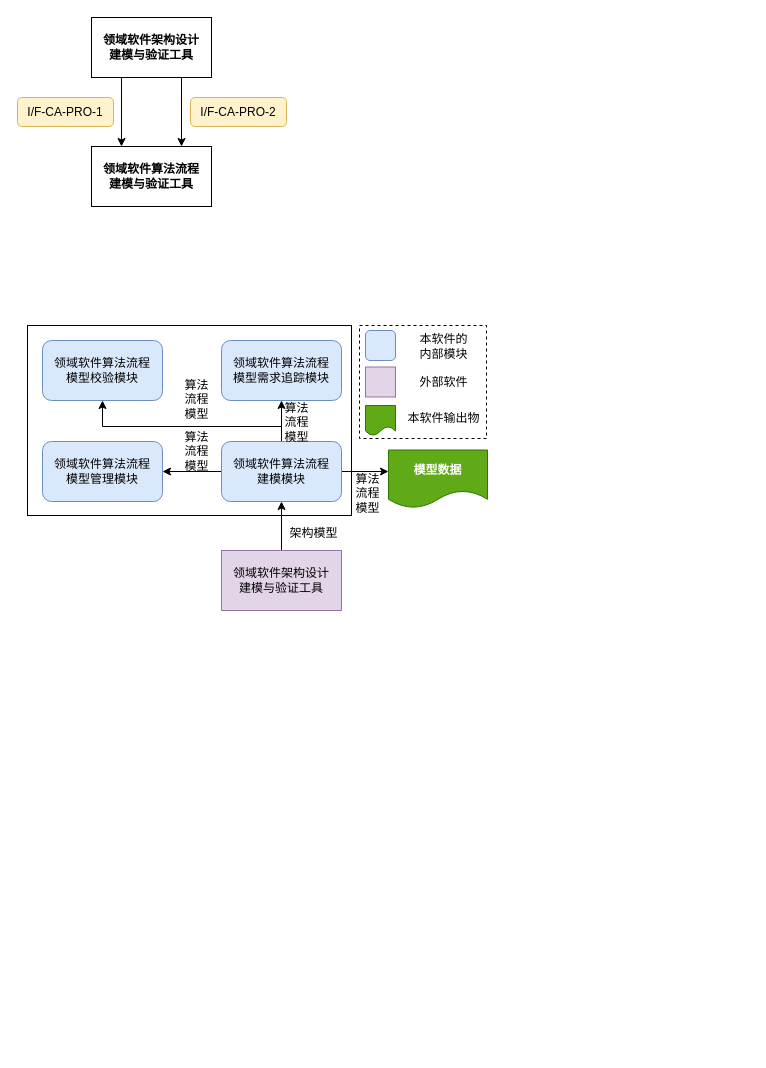
This is page "进程需求" (3 of 3) of Usage Instructions/安全攸关模版.drawio from Ayuan66/ArchTacRV-Software-Architectural-Tactics-Detector-and-Verifier, a draw.io file, before an edit. Source tidied: cells renumbered, new cells numbered last; positions are measured from the earlier drawing's top-left corner, leaving out a move shared by most shapes. Both pictures are drawn from the tidied source at 100%, with x=0, y=0 at pixel (17, 17).
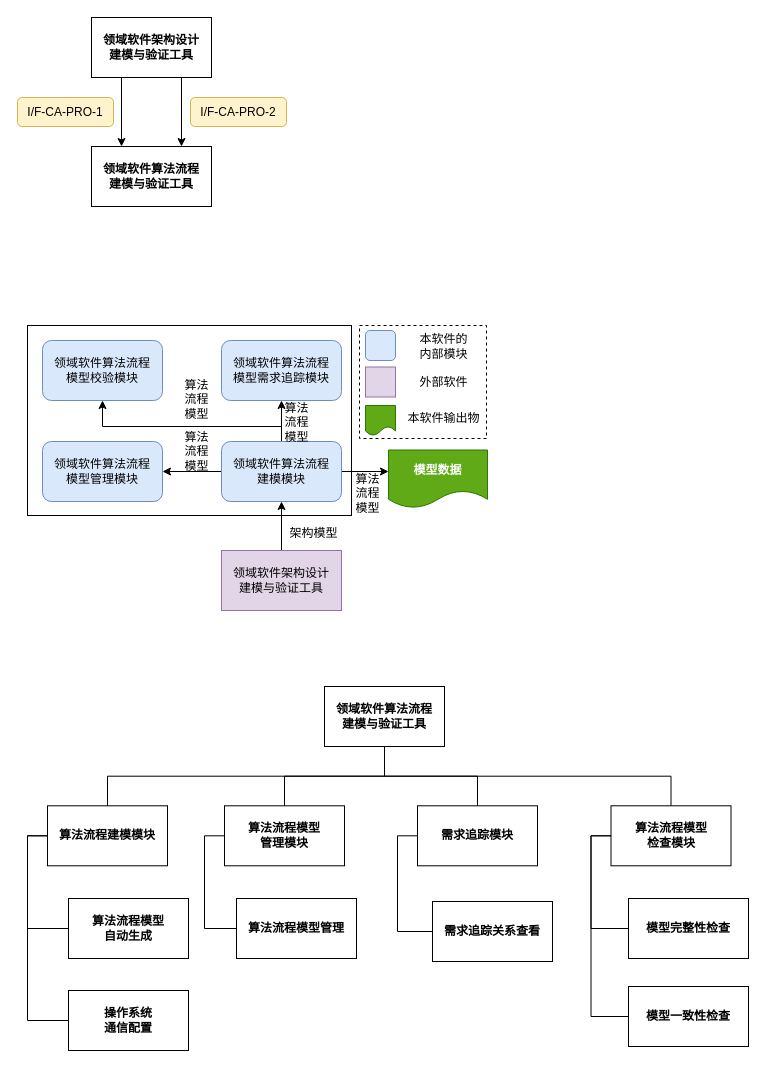
After the change.

Commit message:
添加进程的功能分解图

The edit, as a diff of the source:
```diff
@@
+    <mxCell id="32" style="rounded=0;jettySize=auto;html=1;exitX=0.5;exitY=1;exitDx=0;exitDy=0;edgeStyle=orthogonalEdgeStyle;endArrow=none;endFill=0;" parent="1" edge="1" source="36" target="41">
+      <mxGeometry relative="1" as="geometry" />
+    </mxCell>
+    <mxCell id="33" style="edgeStyle=orthogonalEdgeStyle;rounded=0;jettySize=auto;html=1;exitX=0.5;exitY=1;exitDx=0;exitDy=0;endArrow=none;endFill=0;" parent="1" edge="1" source="36" target="39">
+      <mxGeometry relative="1" as="geometry" />
+    </mxCell>
+    <mxCell id="34" style="edgeStyle=orthogonalEdgeStyle;rounded=0;jettySize=auto;html=1;exitX=0.5;exitY=1;exitDx=0;exitDy=0;entryX=0.5;entryY=0;entryDx=0;entryDy=0;endArrow=none;endFill=0;" parent="1" edge="1" source="36" target="43">
+      <mxGeometry relative="1" as="geometry" />
+    </mxCell>
+    <mxCell id="35" style="edgeStyle=orthogonalEdgeStyle;rounded=0;jettySize=auto;html=1;exitX=0.5;exitY=1;exitDx=0;exitDy=0;endArrow=none;endFill=0;" parent="1" edge="1" source="36" target="46">
+      <mxGeometry relative="1" as="geometry" />
+    </mxCell>
+    <mxCell id="36" value="&lt;b&gt;领域软件算法流程&lt;br&gt;建模与验证工具&lt;/b&gt;" style="whiteSpace=wrap;html=1;" parent="1" vertex="1">
+      <mxGeometry x="307" y="669" width="120" height="60" as="geometry" />
+    </mxCell>
+    <mxCell id="37" style="edgeStyle=orthogonalEdgeStyle;rounded=0;jettySize=auto;html=1;exitX=0;exitY=0.5;exitDx=0;exitDy=0;entryX=0;entryY=0.5;entryDx=0;entryDy=0;endArrow=none;endFill=0;" parent="1" edge="1" source="39" target="47">
+      <mxGeometry relative="1" as="geometry" />
+    </mxCell>
+    <mxCell id="38" style="edgeStyle=orthogonalEdgeStyle;rounded=0;jettySize=auto;html=1;exitX=0;exitY=0.5;exitDx=0;exitDy=0;entryX=0;entryY=0.5;entryDx=0;entryDy=0;endArrow=none;endFill=0;" parent="1" edge="1" source="39" target="48">
+      <mxGeometry relative="1" as="geometry" />
+    </mxCell>
+    <mxCell id="39" value="算法流程建模模块" style="whiteSpace=wrap;html=1;fontStyle=1;" parent="1" vertex="1">
+      <mxGeometry x="30" y="788.3" width="120" height="60" as="geometry" />
+    </mxCell>
+    <mxCell id="40" style="edgeStyle=orthogonalEdgeStyle;rounded=0;jettySize=auto;html=1;exitX=0;exitY=0.5;exitDx=0;exitDy=0;entryX=0;entryY=0.5;entryDx=0;entryDy=0;endArrow=none;endFill=0;" parent="1" edge="1" source="41" target="49">
+      <mxGeometry relative="1" as="geometry" />
+    </mxCell>
+    <mxCell id="41" value="算法流程模型&lt;br&gt;管理模块" style="whiteSpace=wrap;html=1;fontStyle=1;" parent="1" vertex="1">
+      <mxGeometry x="207" y="788.3" width="120" height="60" as="geometry" />
+    </mxCell>
+    <mxCell id="42" style="edgeStyle=orthogonalEdgeStyle;rounded=0;jettySize=auto;html=1;exitX=0;exitY=0.5;exitDx=0;exitDy=0;entryX=0;entryY=0.5;entryDx=0;entryDy=0;endArrow=none;endFill=0;" parent="1" edge="1" source="43" target="50">
+      <mxGeometry relative="1" as="geometry" />
+    </mxCell>
+    <mxCell id="43" value="需求追踪模块" style="whiteSpace=wrap;html=1;fontStyle=1;" parent="1" vertex="1">
+      <mxGeometry x="400" y="788.3" width="120" height="60" as="geometry" />
+    </mxCell>
+    <mxCell id="44" style="edgeStyle=orthogonalEdgeStyle;rounded=0;jettySize=auto;html=1;exitX=0;exitY=0.5;exitDx=0;exitDy=0;entryX=0;entryY=0.5;entryDx=0;entryDy=0;endArrow=none;endFill=0;" parent="1" edge="1" source="46" target="51">
+      <mxGeometry relative="1" as="geometry" />
+    </mxCell>
+    <mxCell id="45" style="edgeStyle=orthogonalEdgeStyle;rounded=0;jettySize=auto;html=1;exitX=0;exitY=0.5;exitDx=0;exitDy=0;entryX=0;entryY=0.5;entryDx=0;entryDy=0;endArrow=none;endFill=0;" parent="1" edge="1" source="46" target="52">
+      <mxGeometry relative="1" as="geometry" />
+    </mxCell>
+    <mxCell id="46" value="算法流程模型&lt;br&gt;检查模块" style="whiteSpace=wrap;html=1;fontStyle=1;" parent="1" vertex="1">
+      <mxGeometry x="593.5" y="788.3" width="120" height="60" as="geometry" />
+    </mxCell>
+    <mxCell id="47" value="算法流程模型&lt;br&gt;自动生成" style="whiteSpace=wrap;html=1;fontStyle=1;" parent="1" vertex="1">
+      <mxGeometry x="51" y="881" width="120" height="60" as="geometry" />
+    </mxCell>
+    <mxCell id="48" value="操作系统&lt;br&gt;通信配置" style="whiteSpace=wrap;html=1;fontStyle=1;" parent="1" vertex="1">
+      <mxGeometry x="51" y="973" width="120" height="60" as="geometry" />
+    </mxCell>
+    <mxCell id="49" value="算法流程模型管理" style="whiteSpace=wrap;html=1;fontStyle=1;" parent="1" vertex="1">
+      <mxGeometry x="219" y="881" width="120" height="60" as="geometry" />
+    </mxCell>
+    <mxCell id="50" value="需求追踪关系查看" style="whiteSpace=wrap;html=1;fontStyle=1;" parent="1" vertex="1">
+      <mxGeometry x="415" y="884" width="120" height="60" as="geometry" />
+    </mxCell>
+    <mxCell id="51" value="模型完整性检查" style="whiteSpace=wrap;html=1;fontStyle=1;" parent="1" vertex="1">
+      <mxGeometry x="611" y="881" width="120" height="60" as="geometry" />
+    </mxCell>
+    <mxCell id="52" value="模型一致性检查" style="whiteSpace=wrap;html=1;fontStyle=1;" parent="1" vertex="1">
+      <mxGeometry x="611" y="969" width="120" height="60" as="geometry" />
+    </mxCell>
```
